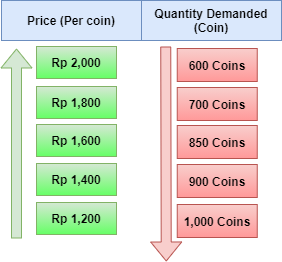
Before: ebooks/assets/Demand1.png, a diagram exported from draw.io (gungunfebrianza/Belajar-Dengan-Jenius-Tokenomics). Source tidied: cells renumbered, new cells last; positions are measured from the earlier drawing's top-left corner, leaving out a move shared by most shapes. Source of this version:
```xml
<mxGraphModel>
  <root>
    <mxCell id="0" />
    <mxCell id="1" parent="0" />
    <mxCell id="2" value="&lt;b&gt;Rp 1,200&lt;/b&gt;" style="rounded=0;whiteSpace=wrap;html=1;fillColor=#d5e8d4;strokeColor=#82b366;gradientColor=#66FF66;" parent="1" vertex="1">
      <mxGeometry x="35" y="202" width="80" height="32" as="geometry" />
    </mxCell>
    <mxCell id="3" value="&lt;b&gt;Rp 1,400&lt;/b&gt;" style="rounded=0;whiteSpace=wrap;html=1;fillColor=#d5e8d4;strokeColor=#82b366;gradientColor=#66FF66;" parent="1" vertex="1">
      <mxGeometry x="35" y="163" width="80" height="32" as="geometry" />
    </mxCell>
    <mxCell id="4" value="&lt;b&gt;Rp 1,600&lt;/b&gt;" style="rounded=0;whiteSpace=wrap;html=1;fillColor=#d5e8d4;strokeColor=#82b366;gradientColor=#66FF66;" parent="1" vertex="1">
      <mxGeometry x="35" y="124" width="80" height="32" as="geometry" />
    </mxCell>
    <mxCell id="5" value="&lt;b&gt;Rp 1,800&lt;/b&gt;" style="rounded=0;whiteSpace=wrap;html=1;fillColor=#d5e8d4;strokeColor=#82b366;gradientColor=#66FF66;" parent="1" vertex="1">
      <mxGeometry x="35" y="86" width="80" height="32" as="geometry" />
    </mxCell>
    <mxCell id="6" style="shape=flexArrow;endArrow=classic;html=1;fillColor=#f8cecc;strokeColor=#b85450;" parent="1" edge="1">
      <mxGeometry relative="1" as="geometry">
        <mxPoint x="164.2" y="46" as="sourcePoint" />
        <mxPoint x="164.8" y="261" as="targetPoint" />
      </mxGeometry>
    </mxCell>
    <mxCell id="7" value="&lt;b&gt;Rp 2,000&lt;/b&gt;" style="rounded=0;whiteSpace=wrap;html=1;fillColor=#d5e8d4;strokeColor=#82b366;gradientColor=#66FF66;" parent="1" vertex="1">
      <mxGeometry x="35" y="46" width="80" height="32" as="geometry" />
    </mxCell>
    <mxCell id="8" value="&lt;b&gt;1,000&lt;/b&gt;&lt;b&gt;&amp;nbsp;Coins&lt;/b&gt;" style="rounded=0;whiteSpace=wrap;html=1;fillColor=#f8cecc;strokeColor=#b85450;gradientColor=#FF9999;" parent="1" vertex="1">
      <mxGeometry x="175.8" y="204" width="80" height="33" as="geometry" />
    </mxCell>
    <mxCell id="9" value="&lt;b&gt;900&lt;/b&gt;&lt;b&gt;&amp;nbsp;Coins&lt;/b&gt;" style="rounded=0;whiteSpace=wrap;html=1;fillColor=#f8cecc;strokeColor=#b85450;gradientColor=#FF9999;" parent="1" vertex="1">
      <mxGeometry x="175.8" y="164" width="80" height="33" as="geometry" />
    </mxCell>
    <mxCell id="10" value="&lt;b&gt;850&lt;/b&gt;&lt;b&gt;&amp;nbsp;Coins&lt;/b&gt;" style="rounded=0;whiteSpace=wrap;html=1;fillColor=#f8cecc;strokeColor=#b85450;gradientColor=#FF9999;" parent="1" vertex="1">
      <mxGeometry x="175.8" y="125" width="80" height="33" as="geometry" />
    </mxCell>
    <mxCell id="11" value="&lt;b&gt;700&lt;/b&gt;&lt;b&gt;&amp;nbsp;Coins&lt;/b&gt;" style="rounded=0;whiteSpace=wrap;html=1;fillColor=#f8cecc;strokeColor=#b85450;gradientColor=#FF9999;" parent="1" vertex="1">
      <mxGeometry x="175.8" y="87" width="80" height="33" as="geometry" />
    </mxCell>
    <mxCell id="12" value="&lt;b&gt;600 Coins&lt;/b&gt;" style="rounded=0;whiteSpace=wrap;html=1;fillColor=#f8cecc;strokeColor=#b85450;gradientColor=#FF9999;" parent="1" vertex="1">
      <mxGeometry x="175.8" y="48" width="80" height="33" as="geometry" />
    </mxCell>
    <mxCell id="13" style="shape=flexArrow;endArrow=classic;html=1;fillColor=#d5e8d4;strokeColor=#82b366;" parent="1" edge="1">
      <mxGeometry relative="1" as="geometry">
        <mxPoint x="15" y="238" as="sourcePoint" />
        <mxPoint x="15" y="48" as="targetPoint" />
      </mxGeometry>
    </mxCell>
    <mxCell id="14" value="&lt;b&gt;Quantity Demanded&lt;br&gt;(Coin)&lt;br&gt;&lt;/b&gt;" style="rounded=0;whiteSpace=wrap;html=1;fillColor=#dae8fc;strokeColor=#6c8ebf;" parent="1" vertex="1">
      <mxGeometry x="140" width="140" height="40" as="geometry" />
    </mxCell>
    <mxCell id="15" value="&lt;b&gt;Price (Per coin)&lt;/b&gt;" style="rounded=0;whiteSpace=wrap;html=1;fillColor=#dae8fc;strokeColor=#6c8ebf;" parent="1" vertex="1">
      <mxGeometry width="140" height="40" as="geometry" />
    </mxCell>
  </root>
</mxGraphModel>
```
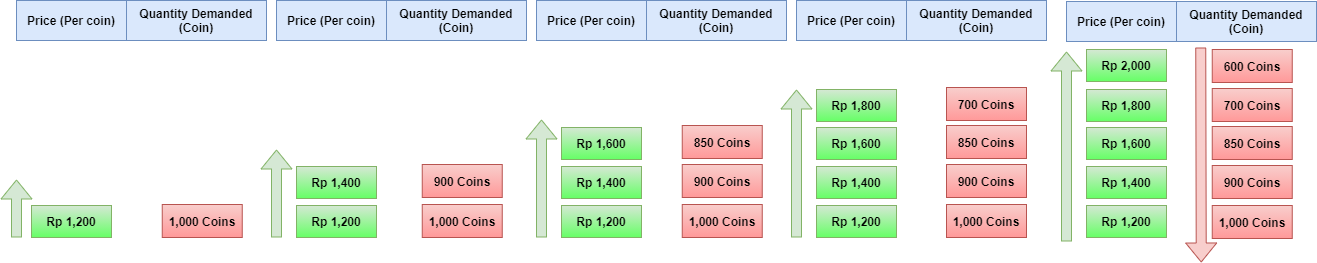
The same diagram one commit later.

The edit, as a diff of the source:
```diff
@@ -2,53 +2,161 @@
   <root>
     <mxCell id="0" />
     <mxCell id="1" parent="0" />
-    <mxCell id="2" value="&lt;b&gt;Rp 1,200&lt;/b&gt;" style="rounded=0;whiteSpace=wrap;html=1;fillColor=#d5e8d4;strokeColor=#82b366;gradientColor=#66FF66;" parent="1" vertex="1">
-      <mxGeometry x="35" y="202" width="80" height="32" as="geometry" />
-    </mxCell>
-    <mxCell id="3" value="&lt;b&gt;Rp 1,400&lt;/b&gt;" style="rounded=0;whiteSpace=wrap;html=1;fillColor=#d5e8d4;strokeColor=#82b366;gradientColor=#66FF66;" parent="1" vertex="1">
-      <mxGeometry x="35" y="163" width="80" height="32" as="geometry" />
-    </mxCell>
-    <mxCell id="4" value="&lt;b&gt;Rp 1,600&lt;/b&gt;" style="rounded=0;whiteSpace=wrap;html=1;fillColor=#d5e8d4;strokeColor=#82b366;gradientColor=#66FF66;" parent="1" vertex="1">
-      <mxGeometry x="35" y="124" width="80" height="32" as="geometry" />
-    </mxCell>
-    <mxCell id="5" value="&lt;b&gt;Rp 1,800&lt;/b&gt;" style="rounded=0;whiteSpace=wrap;html=1;fillColor=#d5e8d4;strokeColor=#82b366;gradientColor=#66FF66;" parent="1" vertex="1">
-      <mxGeometry x="35" y="86" width="80" height="32" as="geometry" />
-    </mxCell>
-    <mxCell id="6" style="shape=flexArrow;endArrow=classic;html=1;fillColor=#f8cecc;strokeColor=#b85450;" parent="1" edge="1">
-      <mxGeometry relative="1" as="geometry">
-        <mxPoint x="164.2" y="46" as="sourcePoint" />
-        <mxPoint x="164.8" y="261" as="targetPoint" />
-      </mxGeometry>
-    </mxCell>
+    <mxCell id="16" value="&lt;b&gt;Rp 1,200&lt;/b&gt;" style="rounded=0;whiteSpace=wrap;html=1;fillColor=#d5e8d4;strokeColor=#82b366;gradientColor=#66FF66;" parent="1" vertex="1">
+      <mxGeometry x="55" y="204" width="80" height="32" as="geometry" />
+    </mxCell>
+    <mxCell id="17" value="&lt;b&gt;1,000&lt;/b&gt;&lt;b&gt;&amp;nbsp;Coins&lt;/b&gt;" style="rounded=0;whiteSpace=wrap;html=1;fillColor=#f8cecc;strokeColor=#b85450;gradientColor=#FF9999;" parent="1" vertex="1">
+      <mxGeometry x="185.8" y="203" width="80" height="33" as="geometry" />
+    </mxCell>
+    <mxCell id="18" style="shape=flexArrow;endArrow=classic;html=1;fillColor=#d5e8d4;strokeColor=#82b366;" parent="1" edge="1">
+      <mxGeometry relative="1" as="geometry">
+        <mxPoint x="40" y="236" as="sourcePoint" />
+        <mxPoint x="40" y="178" as="targetPoint" />
+      </mxGeometry>
+    </mxCell>
+    <mxCell id="19" value="&lt;b&gt;Quantity Demanded&lt;br&gt;(Coin)&lt;br&gt;&lt;/b&gt;" style="rounded=0;whiteSpace=wrap;html=1;fillColor=#dae8fc;strokeColor=#6c8ebf;" parent="1" vertex="1">
+      <mxGeometry x="150" y="-1" width="140" height="40" as="geometry" />
+    </mxCell>
+    <mxCell id="20" value="&lt;b&gt;Price (Per coin)&lt;/b&gt;" style="rounded=0;whiteSpace=wrap;html=1;fillColor=#dae8fc;strokeColor=#6c8ebf;" parent="1" vertex="1">
+      <mxGeometry x="40" y="-1" width="110" height="40" as="geometry" />
+    </mxCell>
+    <mxCell id="21" value="&lt;b&gt;Rp 1,200&lt;/b&gt;" style="rounded=0;whiteSpace=wrap;html=1;fillColor=#d5e8d4;strokeColor=#82b366;gradientColor=#66FF66;" parent="1" vertex="1">
+      <mxGeometry x="320" y="204" width="80" height="32" as="geometry" />
+    </mxCell>
+    <mxCell id="22" value="&lt;b&gt;Rp 1,400&lt;/b&gt;" style="rounded=0;whiteSpace=wrap;html=1;fillColor=#d5e8d4;strokeColor=#82b366;gradientColor=#66FF66;" parent="1" vertex="1">
+      <mxGeometry x="320" y="165" width="80" height="32" as="geometry" />
+    </mxCell>
+    <mxCell id="23" value="&lt;b&gt;1,000&lt;/b&gt;&lt;b&gt;&amp;nbsp;Coins&lt;/b&gt;" style="rounded=0;whiteSpace=wrap;html=1;fillColor=#f8cecc;strokeColor=#b85450;gradientColor=#FF9999;" parent="1" vertex="1">
+      <mxGeometry x="445.8" y="203" width="80" height="33" as="geometry" />
+    </mxCell>
+    <mxCell id="24" value="&lt;b&gt;900&lt;/b&gt;&lt;b&gt;&amp;nbsp;Coins&lt;/b&gt;" style="rounded=0;whiteSpace=wrap;html=1;fillColor=#f8cecc;strokeColor=#b85450;gradientColor=#FF9999;" parent="1" vertex="1">
+      <mxGeometry x="445.8" y="163" width="80" height="33" as="geometry" />
+    </mxCell>
+    <mxCell id="25" style="shape=flexArrow;endArrow=classic;html=1;fillColor=#d5e8d4;strokeColor=#82b366;" parent="1" edge="1">
+      <mxGeometry relative="1" as="geometry">
+        <mxPoint x="300" y="236" as="sourcePoint" />
+        <mxPoint x="300" y="148" as="targetPoint" />
+      </mxGeometry>
+    </mxCell>
+    <mxCell id="26" value="&lt;b&gt;Quantity Demanded&lt;br&gt;(Coin)&lt;br&gt;&lt;/b&gt;" style="rounded=0;whiteSpace=wrap;html=1;fillColor=#dae8fc;strokeColor=#6c8ebf;" parent="1" vertex="1">
+      <mxGeometry x="410" y="-1" width="140" height="40" as="geometry" />
+    </mxCell>
+    <mxCell id="27" value="&lt;b&gt;Price (Per coin)&lt;/b&gt;" style="rounded=0;whiteSpace=wrap;html=1;fillColor=#dae8fc;strokeColor=#6c8ebf;" parent="1" vertex="1">
+      <mxGeometry x="300" y="-1" width="110" height="40" as="geometry" />
+    </mxCell>
+    <mxCell id="28" value="&lt;b&gt;Rp 1,200&lt;/b&gt;" style="rounded=0;whiteSpace=wrap;html=1;fillColor=#d5e8d4;strokeColor=#82b366;gradientColor=#66FF66;" parent="1" vertex="1">
+      <mxGeometry x="585" y="204" width="80" height="32" as="geometry" />
+    </mxCell>
+    <mxCell id="29" value="&lt;b&gt;Rp 1,400&lt;/b&gt;" style="rounded=0;whiteSpace=wrap;html=1;fillColor=#d5e8d4;strokeColor=#82b366;gradientColor=#66FF66;" parent="1" vertex="1">
+      <mxGeometry x="585" y="165" width="80" height="32" as="geometry" />
+    </mxCell>
+    <mxCell id="30" value="&lt;b&gt;Rp 1,600&lt;/b&gt;" style="rounded=0;whiteSpace=wrap;html=1;fillColor=#d5e8d4;strokeColor=#82b366;gradientColor=#66FF66;" parent="1" vertex="1">
+      <mxGeometry x="585" y="126" width="80" height="32" as="geometry" />
+    </mxCell>
+    <mxCell id="31" value="&lt;b&gt;1,000&lt;/b&gt;&lt;b&gt;&amp;nbsp;Coins&lt;/b&gt;" style="rounded=0;whiteSpace=wrap;html=1;fillColor=#f8cecc;strokeColor=#b85450;gradientColor=#FF9999;" parent="1" vertex="1">
+      <mxGeometry x="705.8" y="203" width="80" height="33" as="geometry" />
+    </mxCell>
+    <mxCell id="32" value="&lt;b&gt;900&lt;/b&gt;&lt;b&gt;&amp;nbsp;Coins&lt;/b&gt;" style="rounded=0;whiteSpace=wrap;html=1;fillColor=#f8cecc;strokeColor=#b85450;gradientColor=#FF9999;" parent="1" vertex="1">
+      <mxGeometry x="705.8" y="163" width="80" height="33" as="geometry" />
+    </mxCell>
+    <mxCell id="33" value="&lt;b&gt;850&lt;/b&gt;&lt;b&gt;&amp;nbsp;Coins&lt;/b&gt;" style="rounded=0;whiteSpace=wrap;html=1;fillColor=#f8cecc;strokeColor=#b85450;gradientColor=#FF9999;" parent="1" vertex="1">
+      <mxGeometry x="705.8" y="124" width="80" height="33" as="geometry" />
+    </mxCell>
+    <mxCell id="34" style="shape=flexArrow;endArrow=classic;html=1;fillColor=#d5e8d4;strokeColor=#82b366;" parent="1" edge="1">
+      <mxGeometry relative="1" as="geometry">
+        <mxPoint x="565" y="236" as="sourcePoint" />
+        <mxPoint x="565" y="118" as="targetPoint" />
+      </mxGeometry>
+    </mxCell>
+    <mxCell id="35" value="&lt;b&gt;Quantity Demanded&lt;br&gt;(Coin)&lt;br&gt;&lt;/b&gt;" style="rounded=0;whiteSpace=wrap;html=1;fillColor=#dae8fc;strokeColor=#6c8ebf;" parent="1" vertex="1">
+      <mxGeometry x="670" y="-1" width="140" height="40" as="geometry" />
+    </mxCell>
+    <mxCell id="36" value="&lt;b&gt;Price (Per coin)&lt;/b&gt;" style="rounded=0;whiteSpace=wrap;html=1;fillColor=#dae8fc;strokeColor=#6c8ebf;" parent="1" vertex="1">
+      <mxGeometry x="560" y="-1" width="110" height="40" as="geometry" />
+    </mxCell>
+    <mxCell id="37" value="&lt;b&gt;Rp 1,200&lt;/b&gt;" style="rounded=0;whiteSpace=wrap;html=1;fillColor=#d5e8d4;strokeColor=#82b366;gradientColor=#66FF66;" parent="1" vertex="1">
+      <mxGeometry x="840" y="204" width="80" height="32" as="geometry" />
+    </mxCell>
+    <mxCell id="38" value="&lt;b&gt;Rp 1,400&lt;/b&gt;" style="rounded=0;whiteSpace=wrap;html=1;fillColor=#d5e8d4;strokeColor=#82b366;gradientColor=#66FF66;" parent="1" vertex="1">
+      <mxGeometry x="840" y="165" width="80" height="32" as="geometry" />
+    </mxCell>
+    <mxCell id="39" value="&lt;b&gt;Rp 1,600&lt;/b&gt;" style="rounded=0;whiteSpace=wrap;html=1;fillColor=#d5e8d4;strokeColor=#82b366;gradientColor=#66FF66;" parent="1" vertex="1">
+      <mxGeometry x="840" y="126" width="80" height="32" as="geometry" />
+    </mxCell>
+    <mxCell id="40" value="&lt;b&gt;Rp 1,800&lt;/b&gt;" style="rounded=0;whiteSpace=wrap;html=1;fillColor=#d5e8d4;strokeColor=#82b366;gradientColor=#66FF66;" parent="1" vertex="1">
+      <mxGeometry x="840" y="88" width="80" height="32" as="geometry" />
+    </mxCell>
+    <mxCell id="41" value="&lt;b&gt;1,000&lt;/b&gt;&lt;b&gt;&amp;nbsp;Coins&lt;/b&gt;" style="rounded=0;whiteSpace=wrap;html=1;fillColor=#f8cecc;strokeColor=#b85450;gradientColor=#FF9999;" parent="1" vertex="1">
+      <mxGeometry x="970" y="203" width="80" height="33" as="geometry" />
+    </mxCell>
+    <mxCell id="42" value="&lt;b&gt;900&lt;/b&gt;&lt;b&gt;&amp;nbsp;Coins&lt;/b&gt;" style="rounded=0;whiteSpace=wrap;html=1;fillColor=#f8cecc;strokeColor=#b85450;gradientColor=#FF9999;" parent="1" vertex="1">
+      <mxGeometry x="970" y="163" width="80" height="33" as="geometry" />
+    </mxCell>
+    <mxCell id="43" value="&lt;b&gt;850&lt;/b&gt;&lt;b&gt;&amp;nbsp;Coins&lt;/b&gt;" style="rounded=0;whiteSpace=wrap;html=1;fillColor=#f8cecc;strokeColor=#b85450;gradientColor=#FF9999;" parent="1" vertex="1">
+      <mxGeometry x="970" y="124" width="80" height="33" as="geometry" />
+    </mxCell>
+    <mxCell id="44" value="&lt;b&gt;700&lt;/b&gt;&lt;b&gt;&amp;nbsp;Coins&lt;/b&gt;" style="rounded=0;whiteSpace=wrap;html=1;fillColor=#f8cecc;strokeColor=#b85450;gradientColor=#FF9999;" parent="1" vertex="1">
+      <mxGeometry x="970" y="86" width="80" height="33" as="geometry" />
+    </mxCell>
+    <mxCell id="45" style="shape=flexArrow;endArrow=classic;html=1;fillColor=#d5e8d4;strokeColor=#82b366;" parent="1" edge="1">
+      <mxGeometry relative="1" as="geometry">
+        <mxPoint x="820" y="236" as="sourcePoint" />
+        <mxPoint x="820" y="88" as="targetPoint" />
+      </mxGeometry>
+    </mxCell>
+    <mxCell id="46" value="&lt;b&gt;Quantity Demanded&lt;br&gt;(Coin)&lt;br&gt;&lt;/b&gt;" style="rounded=0;whiteSpace=wrap;html=1;fillColor=#dae8fc;strokeColor=#6c8ebf;" parent="1" vertex="1">
+      <mxGeometry x="930" y="-1" width="140" height="40" as="geometry" />
+    </mxCell>
+    <mxCell id="47" value="&lt;b&gt;Price (Per coin)&lt;/b&gt;" style="rounded=0;whiteSpace=wrap;html=1;fillColor=#dae8fc;strokeColor=#6c8ebf;" parent="1" vertex="1">
+      <mxGeometry x="820" y="-1" width="110" height="40" as="geometry" />
+    </mxCell>
+    <mxCell id="48" value="&lt;b&gt;Rp 1,200&lt;/b&gt;" style="rounded=0;whiteSpace=wrap;html=1;fillColor=#d5e8d4;strokeColor=#82b366;gradientColor=#66FF66;" parent="1" vertex="1">
+      <mxGeometry x="1110" y="204" width="80" height="32" as="geometry" />
+    </mxCell>
+    <mxCell id="49" value="&lt;b&gt;Rp 1,400&lt;/b&gt;" style="rounded=0;whiteSpace=wrap;html=1;fillColor=#d5e8d4;strokeColor=#82b366;gradientColor=#66FF66;" parent="1" vertex="1">
+      <mxGeometry x="1110" y="165" width="80" height="32" as="geometry" />
+    </mxCell>
+    <mxCell id="50" value="&lt;b&gt;Rp 1,600&lt;/b&gt;" style="rounded=0;whiteSpace=wrap;html=1;fillColor=#d5e8d4;strokeColor=#82b366;gradientColor=#66FF66;" parent="1" vertex="1">
+      <mxGeometry x="1110" y="126" width="80" height="32" as="geometry" />
+    </mxCell>
+    <mxCell id="51" value="&lt;b&gt;Rp 1,800&lt;/b&gt;" style="rounded=0;whiteSpace=wrap;html=1;fillColor=#d5e8d4;strokeColor=#82b366;gradientColor=#66FF66;" parent="1" vertex="1">
+      <mxGeometry x="1110" y="88" width="80" height="32" as="geometry" />
+    </mxCell>
+    <mxCell id="52" style="shape=flexArrow;endArrow=classic;html=1;fillColor=#f8cecc;strokeColor=#b85450;" parent="1" edge="1">
+      <mxGeometry relative="1" as="geometry">
+        <mxPoint x="1224.2" y="46" as="sourcePoint" />
+        <mxPoint x="1224.8" y="261" as="targetPoint" />
+      </mxGeometry>
+    </mxCell>
     <mxCell id="7" value="&lt;b&gt;Rp 2,000&lt;/b&gt;" style="rounded=0;whiteSpace=wrap;html=1;fillColor=#d5e8d4;strokeColor=#82b366;gradientColor=#66FF66;" parent="1" vertex="1">
-      <mxGeometry x="35" y="46" width="80" height="32" as="geometry" />
+      <mxGeometry x="1110" y="48" width="80" height="32" as="geometry" />
     </mxCell>
-    <mxCell id="8" value="&lt;b&gt;1,000&lt;/b&gt;&lt;b&gt;&amp;nbsp;Coins&lt;/b&gt;" style="rounded=0;whiteSpace=wrap;html=1;fillColor=#f8cecc;strokeColor=#b85450;gradientColor=#FF9999;" parent="1" vertex="1">
-      <mxGeometry x="175.8" y="204" width="80" height="33" as="geometry" />
-    </mxCell>
-    <mxCell id="9" value="&lt;b&gt;900&lt;/b&gt;&lt;b&gt;&amp;nbsp;Coins&lt;/b&gt;" style="rounded=0;whiteSpace=wrap;html=1;fillColor=#f8cecc;strokeColor=#b85450;gradientColor=#FF9999;" parent="1" vertex="1">
-      <mxGeometry x="175.8" y="164" width="80" height="33" as="geometry" />
-    </mxCell>
-    <mxCell id="10" value="&lt;b&gt;850&lt;/b&gt;&lt;b&gt;&amp;nbsp;Coins&lt;/b&gt;" style="rounded=0;whiteSpace=wrap;html=1;fillColor=#f8cecc;strokeColor=#b85450;gradientColor=#FF9999;" parent="1" vertex="1">
-      <mxGeometry x="175.8" y="125" width="80" height="33" as="geometry" />
-    </mxCell>
-    <mxCell id="11" value="&lt;b&gt;700&lt;/b&gt;&lt;b&gt;&amp;nbsp;Coins&lt;/b&gt;" style="rounded=0;whiteSpace=wrap;html=1;fillColor=#f8cecc;strokeColor=#b85450;gradientColor=#FF9999;" parent="1" vertex="1">
-      <mxGeometry x="175.8" y="87" width="80" height="33" as="geometry" />
-    </mxCell>
+    <mxCell id="53" value="&lt;b&gt;1,000&lt;/b&gt;&lt;b&gt;&amp;nbsp;Coins&lt;/b&gt;" style="rounded=0;whiteSpace=wrap;html=1;fillColor=#f8cecc;strokeColor=#b85450;gradientColor=#FF9999;" parent="1" vertex="1">
+      <mxGeometry x="1235.8" y="204" width="80" height="33" as="geometry" />
+    </mxCell>
+    <mxCell id="54" value="&lt;b&gt;900&lt;/b&gt;&lt;b&gt;&amp;nbsp;Coins&lt;/b&gt;" style="rounded=0;whiteSpace=wrap;html=1;fillColor=#f8cecc;strokeColor=#b85450;gradientColor=#FF9999;" parent="1" vertex="1">
+      <mxGeometry x="1235.8" y="164" width="80" height="33" as="geometry" />
+    </mxCell>
+    <mxCell id="55" value="&lt;b&gt;850&lt;/b&gt;&lt;b&gt;&amp;nbsp;Coins&lt;/b&gt;" style="rounded=0;whiteSpace=wrap;html=1;fillColor=#f8cecc;strokeColor=#b85450;gradientColor=#FF9999;" parent="1" vertex="1">
+      <mxGeometry x="1235.8" y="125" width="80" height="33" as="geometry" />
+    </mxCell>
+    <mxCell id="56" value="&lt;b&gt;700&lt;/b&gt;&lt;b&gt;&amp;nbsp;Coins&lt;/b&gt;" style="rounded=0;whiteSpace=wrap;html=1;fillColor=#f8cecc;strokeColor=#b85450;gradientColor=#FF9999;" parent="1" vertex="1">
+      <mxGeometry x="1235.8" y="87" width="80" height="33" as="geometry" />
+    </mxCell>
     <mxCell id="12" value="&lt;b&gt;600 Coins&lt;/b&gt;" style="rounded=0;whiteSpace=wrap;html=1;fillColor=#f8cecc;strokeColor=#b85450;gradientColor=#FF9999;" parent="1" vertex="1">
-      <mxGeometry x="175.8" y="48" width="80" height="33" as="geometry" />
+      <mxGeometry x="1235.8" y="48" width="80" height="33" as="geometry" />
     </mxCell>
-    <mxCell id="13" style="shape=flexArrow;endArrow=classic;html=1;fillColor=#d5e8d4;strokeColor=#82b366;" parent="1" edge="1">
-      <mxGeometry relative="1" as="geometry">
-        <mxPoint x="15" y="238" as="sourcePoint" />
-        <mxPoint x="15" y="48" as="targetPoint" />
-      </mxGeometry>
-    </mxCell>
-    <mxCell id="14" value="&lt;b&gt;Quantity Demanded&lt;br&gt;(Coin)&lt;br&gt;&lt;/b&gt;" style="rounded=0;whiteSpace=wrap;html=1;fillColor=#dae8fc;strokeColor=#6c8ebf;" parent="1" vertex="1">
-      <mxGeometry x="140" width="140" height="40" as="geometry" />
-    </mxCell>
-    <mxCell id="15" value="&lt;b&gt;Price (Per coin)&lt;/b&gt;" style="rounded=0;whiteSpace=wrap;html=1;fillColor=#dae8fc;strokeColor=#6c8ebf;" parent="1" vertex="1">
-      <mxGeometry width="140" height="40" as="geometry" />
-    </mxCell>
+    <mxCell id="57" style="shape=flexArrow;endArrow=classic;html=1;fillColor=#d5e8d4;strokeColor=#82b366;" parent="1" edge="1">
+      <mxGeometry relative="1" as="geometry">
+        <mxPoint x="1090" y="240" as="sourcePoint" />
+        <mxPoint x="1090" y="50" as="targetPoint" />
+      </mxGeometry>
+    </mxCell>
+    <mxCell id="58" value="&lt;b&gt;Quantity Demanded&lt;br&gt;(Coin)&lt;br&gt;&lt;/b&gt;" style="rounded=0;whiteSpace=wrap;html=1;fillColor=#dae8fc;strokeColor=#6c8ebf;" parent="1" vertex="1">
+      <mxGeometry x="1200" width="140" height="40" as="geometry" />
+    </mxCell>
+    <mxCell id="59" value="&lt;b&gt;Price (Per coin)&lt;/b&gt;" style="rounded=0;whiteSpace=wrap;html=1;fillColor=#dae8fc;strokeColor=#6c8ebf;" parent="1" vertex="1">
+      <mxGeometry x="1090" width="110" height="40" as="geometry" />
+    </mxCell>
   </root>
 </mxGraphModel>
```
